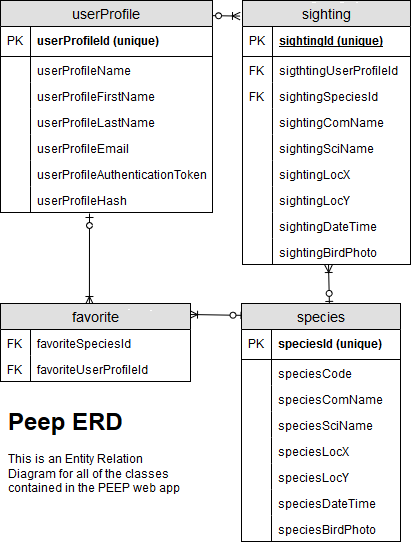
This is epic/erd-final.png from deepdivebirbs/peep, a draw.io export, as it was before one commit. Source tidied: cells renumbered, new cells last; positions are measured from the earlier drawing's top-left corner, leaving out a move shared by most shapes.
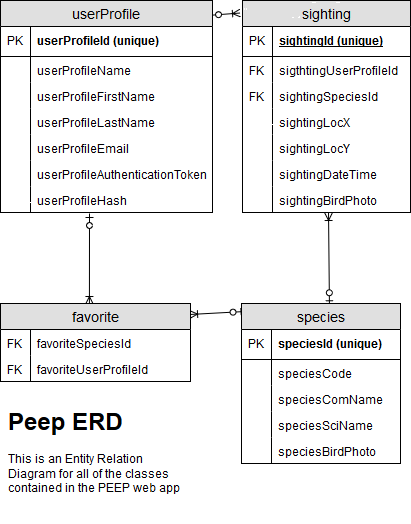
After the commit.

Commit message:
added adjusted ERD after our discussio on August 7

The edit, as a diff of the source:
```diff
@@ -62,7 +62,7 @@
       <mxGeometry width="30" height="26" as="geometry" />
     </mxCell>
     <mxCell id="21" value="sighting" style="swimlane;fontStyle=0;horizontal=1;startSize=26;fillColor=#e0e0e0;swimlaneFillColor=#ffffff;align=center;fontSize=14;" parent="1" vertex="1">
-      <mxGeometry x="242" width="168" height="264" as="geometry" />
+      <mxGeometry x="242" width="168" height="212" as="geometry" />
     </mxCell>
     <mxCell id="22" value="sightingId (unique)" style="shape=partialRectangle;top=0;left=0;right=0;bottom=1;align=left;verticalAlign=middle;fillColor=none;spacingLeft=34;spacingRight=4;overflow=hidden;fontStyle=5;fontSize=12;" parent="21" vertex="1">
       <mxGeometry y="26" width="168" height="30" as="geometry" />
@@ -82,38 +82,26 @@
     <mxCell id="27" value="FK" style="shape=partialRectangle;top=0;left=0;bottom=0;fillColor=none;align=left;verticalAlign=top;spacingLeft=4;spacingRight=4;overflow=hidden;fontSize=12;" parent="26" vertex="1">
       <mxGeometry width="30" height="26" as="geometry" />
     </mxCell>
-    <mxCell id="28" value="sightingComName" style="shape=partialRectangle;top=0;left=0;right=0;bottom=0;align=left;verticalAlign=top;fillColor=none;spacingLeft=34;spacingRight=4;overflow=hidden;fontSize=12;" parent="21" vertex="1">
-      <mxGeometry y="108" width="168" height="26" as="geometry" />
-    </mxCell>
-    <mxCell id="29" style="shape=partialRectangle;top=0;left=0;bottom=0;fillColor=none;align=left;verticalAlign=top;spacingLeft=4;spacingRight=4;overflow=hidden;fontSize=12;" parent="28" vertex="1">
-      <mxGeometry width="30" height="26" as="geometry" />
-    </mxCell>
-    <mxCell id="30" value="sightingSciName" style="shape=partialRectangle;top=0;left=0;right=0;bottom=0;align=left;verticalAlign=top;fillColor=none;spacingLeft=34;spacingRight=4;overflow=hidden;fontSize=12;" parent="21" vertex="1">
-      <mxGeometry y="134" width="168" height="26" as="geometry" />
-    </mxCell>
-    <mxCell id="31" style="shape=partialRectangle;top=0;left=0;bottom=0;fillColor=none;align=left;verticalAlign=top;spacingLeft=4;spacingRight=4;overflow=hidden;fontSize=12;" parent="30" vertex="1">
-      <mxGeometry width="30" height="26" as="geometry" />
-    </mxCell>
     <mxCell id="32" value="sightingLocX" style="shape=partialRectangle;top=0;left=0;right=0;bottom=0;align=left;verticalAlign=top;fillColor=none;spacingLeft=34;spacingRight=4;overflow=hidden;fontSize=12;" parent="21" vertex="1">
-      <mxGeometry y="160" width="168" height="26" as="geometry" />
+      <mxGeometry y="108" width="168" height="26" as="geometry" />
     </mxCell>
     <mxCell id="33" style="shape=partialRectangle;top=0;left=0;bottom=0;fillColor=none;align=left;verticalAlign=top;spacingLeft=4;spacingRight=4;overflow=hidden;fontSize=12;" parent="32" vertex="1">
       <mxGeometry width="30" height="26" as="geometry" />
     </mxCell>
     <mxCell id="34" value="sightingLocY" style="shape=partialRectangle;top=0;left=0;right=0;bottom=0;align=left;verticalAlign=top;fillColor=none;spacingLeft=34;spacingRight=4;overflow=hidden;fontSize=12;" parent="21" vertex="1">
-      <mxGeometry y="186" width="168" height="26" as="geometry" />
+      <mxGeometry y="134" width="168" height="26" as="geometry" />
     </mxCell>
     <mxCell id="35" style="shape=partialRectangle;top=0;left=0;bottom=0;fillColor=none;align=left;verticalAlign=top;spacingLeft=4;spacingRight=4;overflow=hidden;fontSize=12;" parent="34" vertex="1">
       <mxGeometry width="30" height="26" as="geometry" />
     </mxCell>
     <mxCell id="36" value="sightingDateTime" style="shape=partialRectangle;top=0;left=0;right=0;bottom=0;align=left;verticalAlign=top;fillColor=none;spacingLeft=34;spacingRight=4;overflow=hidden;fontSize=12;" parent="21" vertex="1">
-      <mxGeometry y="212" width="168" height="26" as="geometry" />
+      <mxGeometry y="160" width="168" height="26" as="geometry" />
     </mxCell>
     <mxCell id="37" style="shape=partialRectangle;top=0;left=0;bottom=0;fillColor=none;align=left;verticalAlign=top;spacingLeft=4;spacingRight=4;overflow=hidden;fontSize=12;" parent="36" vertex="1">
       <mxGeometry width="30" height="26" as="geometry" />
     </mxCell>
     <mxCell id="38" value="sightingBirdPhoto" style="shape=partialRectangle;top=0;left=0;right=0;bottom=0;align=left;verticalAlign=top;fillColor=none;spacingLeft=34;spacingRight=4;overflow=hidden;points=[[0,0.5],[1,0.5]];portConstraint=eastwest;fontSize=12;" parent="21" vertex="1">
-      <mxGeometry y="238" width="168" height="26" as="geometry" />
+      <mxGeometry y="186" width="168" height="26" as="geometry" />
     </mxCell>
     <mxCell id="39" style="shape=partialRectangle;top=0;left=0;bottom=0;fillColor=none;align=left;verticalAlign=top;spacingLeft=4;spacingRight=4;overflow=hidden;fontSize=12;" parent="38" vertex="1">
       <mxGeometry width="30" height="26" as="geometry" />
@@ -134,7 +122,7 @@
       <mxGeometry width="30" height="26" as="geometry" />
     </mxCell>
     <mxCell id="45" value="species" style="swimlane;fontStyle=0;horizontal=1;startSize=26;fillColor=#e0e0e0;swimlaneFillColor=#ffffff;align=center;fontSize=14;" parent="1" vertex="1">
-      <mxGeometry x="241" y="303" width="159" height="238" as="geometry" />
+      <mxGeometry x="241" y="303" width="159" height="160" as="geometry" />
     </mxCell>
     <mxCell id="46" value="speciesId (unique)" style="shape=partialRectangle;top=0;left=0;right=0;bottom=1;align=left;verticalAlign=middle;fillColor=none;spacingLeft=34;spacingRight=4;overflow=hidden;fontStyle=1;fontSize=12;" parent="45" vertex="1">
       <mxGeometry y="26" width="159" height="30" as="geometry" />
@@ -160,26 +148,8 @@
     <mxCell id="53" style="shape=partialRectangle;top=0;left=0;bottom=0;fillColor=none;align=left;verticalAlign=top;spacingLeft=4;spacingRight=4;overflow=hidden;fontSize=12;" parent="52" vertex="1">
       <mxGeometry width="30" height="26" as="geometry" />
     </mxCell>
-    <mxCell id="54" value="speciesLocX" style="shape=partialRectangle;top=0;left=0;right=0;bottom=0;align=left;verticalAlign=top;fillColor=none;spacingLeft=34;spacingRight=4;overflow=hidden;fontSize=12;" parent="45" vertex="1">
-      <mxGeometry y="134" width="159" height="26" as="geometry" />
-    </mxCell>
-    <mxCell id="55" style="shape=partialRectangle;top=0;left=0;bottom=0;fillColor=none;align=left;verticalAlign=top;spacingLeft=4;spacingRight=4;overflow=hidden;fontSize=12;" parent="54" vertex="1">
-      <mxGeometry width="30" height="26" as="geometry" />
-    </mxCell>
-    <mxCell id="56" value="speciesLocY" style="shape=partialRectangle;top=0;left=0;right=0;bottom=0;align=left;verticalAlign=top;fillColor=none;spacingLeft=34;spacingRight=4;overflow=hidden;fontSize=12;" parent="45" vertex="1">
-      <mxGeometry y="160" width="159" height="26" as="geometry" />
-    </mxCell>
-    <mxCell id="57" style="shape=partialRectangle;top=0;left=0;bottom=0;fillColor=none;align=left;verticalAlign=top;spacingLeft=4;spacingRight=4;overflow=hidden;fontSize=12;" parent="56" vertex="1">
-      <mxGeometry width="30" height="26" as="geometry" />
-    </mxCell>
-    <mxCell id="58" value="speciesDateTime" style="shape=partialRectangle;top=0;left=0;right=0;bottom=0;align=left;verticalAlign=top;fillColor=none;spacingLeft=34;spacingRight=4;overflow=hidden;fontSize=12;" parent="45" vertex="1">
-      <mxGeometry y="186" width="159" height="26" as="geometry" />
-    </mxCell>
-    <mxCell id="59" style="shape=partialRectangle;top=0;left=0;bottom=0;fillColor=none;align=left;verticalAlign=top;spacingLeft=4;spacingRight=4;overflow=hidden;fontSize=12;" parent="58" vertex="1">
-      <mxGeometry width="30" height="26" as="geometry" />
-    </mxCell>
     <mxCell id="60" value="speciesBirdPhoto" style="shape=partialRectangle;top=0;left=0;right=0;bottom=1;align=left;verticalAlign=top;fillColor=none;spacingLeft=34;spacingRight=4;overflow=hidden;fontSize=12;" parent="45" vertex="1">
-      <mxGeometry y="212" width="159" height="26" as="geometry" />
+      <mxGeometry y="134" width="159" height="26" as="geometry" />
     </mxCell>
     <mxCell id="61" style="shape=partialRectangle;top=0;left=0;bottom=0;fillColor=none;align=left;verticalAlign=top;spacingLeft=4;spacingRight=4;overflow=hidden;fontSize=12;" parent="60" vertex="1">
       <mxGeometry width="30" height="26" as="geometry" />
```
